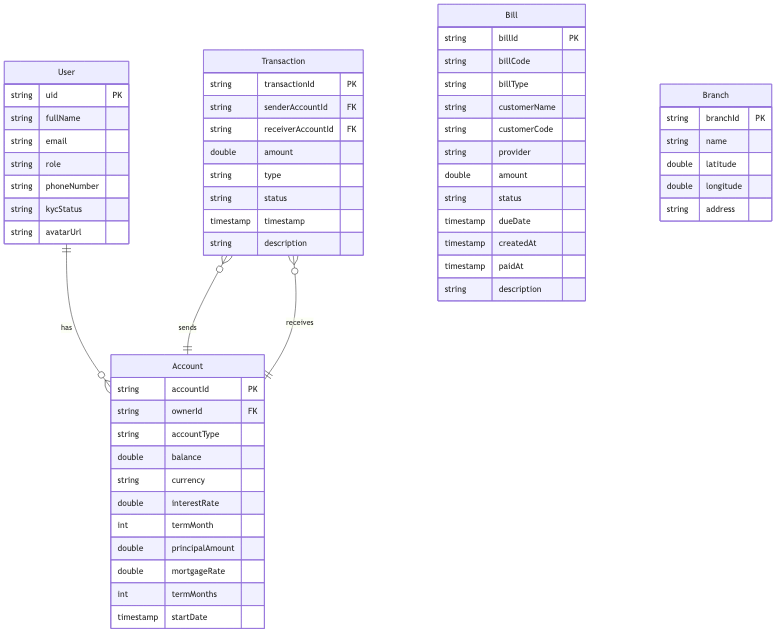
Before: docs/erd.png, a diagram exported from Mermaid (iannwendy/TDTUiBankingApp). Its source is kept beside it as docs/erd.mmd. Its diagram source:
```mermaid
erDiagram

    User {
        string uid PK
        string fullName
        string email
        string role
        string phoneNumber
        string kycStatus
        string avatarUrl
    }

    Account {
        string accountId PK
        string ownerId FK
        string accountType
        double balance
        string currency
        double interestRate
        int termMonth
        double principalAmount
        double mortgageRate
        int termMonths
        timestamp startDate
    }

    Transaction {
        string transactionId PK
        string senderAccountId FK
        string receiverAccountId FK
        double amount
        string type
        string status
        timestamp timestamp
        string description
    }

    Bill {
        string billId PK
        string billCode
        string billType
        string customerName
        string customerCode
        string provider
        double amount
        string status
        timestamp dueDate
        timestamp createdAt
        timestamp paidAt
        string description
    }

    Branch {
        string branchId PK
        string name
        double latitude
        double longitude
        string address
    }

    User ||--o{ Account : "has"
    Transaction }o--|| Account : "sends"
    Transaction }o--|| Account : "receives"
```
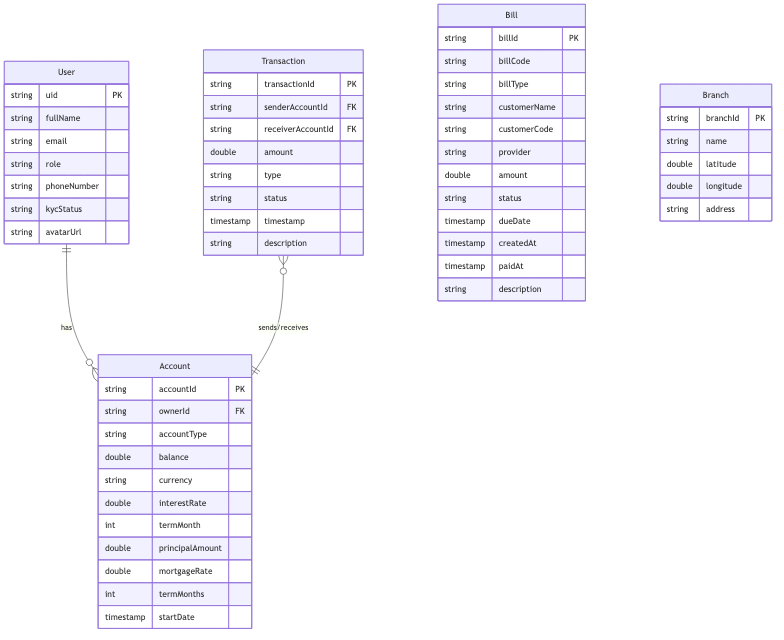
Above is the later version.

Commit message:
Simplify ERD: merge Transaction-Account relationships into single sends/receives relationship

Diff of the diagram source:
```diff
@@ -59,5 +59,4 @@
     }
 
     User ||--o{ Account : "has"
-    Transaction }o--|| Account : "sends"
-    Transaction }o--|| Account : "receives"
+    Transaction }o--|| Account : "sends/receives"
```
